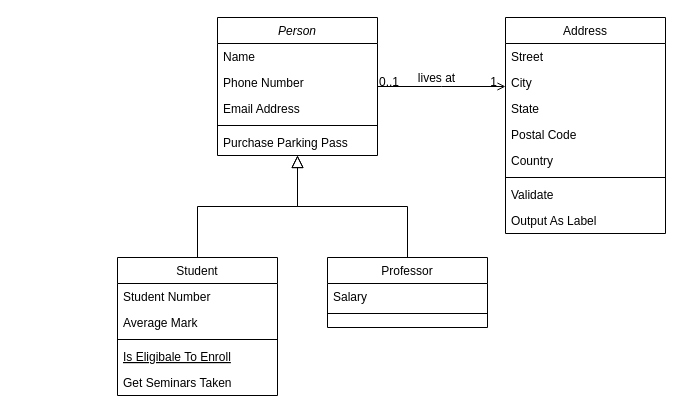
Earlier version of the draw.io diagram ExerciseClassDiagram.drawio (njmihakim/Week2ClassDiagram). Source tidied: cells renumbered, new cells numbered last; positions are measured from the earlier drawing's top-left corner, leaving out a move shared by most shapes. Both pictures are drawn from the tidied source at 100%, with x=0, y=0 at pixel (117, 17).
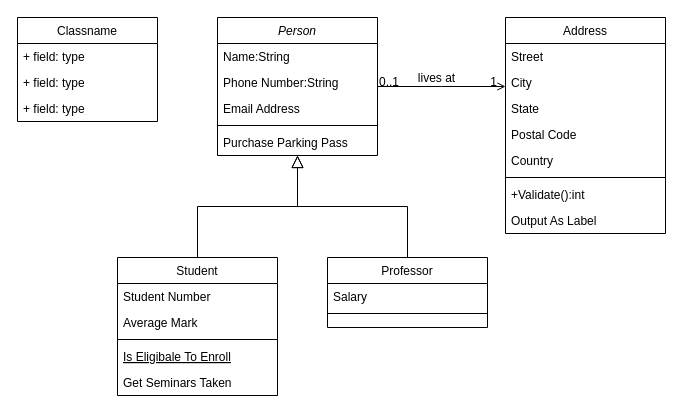
Above is the later version.

The change refers to these unchanged cells:
```xml
<mxCell id="2" value="Person" style="swimlane;fontStyle=2;align=center;verticalAlign=top;horizontal=1;startSize=26;rounded=0;shadow=0;strokeWidth=1;" parent="1" vertex="1">
  <mxGeometry x="100" width="160" height="138" as="geometry" />
</mxCell>
<mxCell id="19" value="Address" style="swimlane;fontStyle=0;align=center;verticalAlign=top;horizontal=1;startSize=26;rounded=0;shadow=0;strokeWidth=1;" parent="1" vertex="1">
  <mxGeometry x="388" width="160" height="216" as="geometry" />
</mxCell>
```

Change to the diagram source:
```diff
@@
-    <mxCell id="3" value="Name" style="text;align=left;verticalAlign=top;spacingLeft=4;spacingRight=4;overflow=hidden;" parent="2" vertex="1">
+    <mxCell id="3" value="Name:String" style="text;align=left;verticalAlign=top;spacingLeft=4;spacingRight=4;overflow=hidden;" parent="2" vertex="1">
       <mxGeometry y="26" width="160" height="26" as="geometry" />
     </mxCell>
-    <mxCell id="4" value="Phone Number" style="text;align=left;verticalAlign=top;spacingLeft=4;spacingRight=4;overflow=hidden;rounded=0;shadow=0;html=0;" parent="2" vertex="1">
+    <mxCell id="4" value="Phone Number:String" style="text;align=left;verticalAlign=top;spacingLeft=4;spacingRight=4;overflow=hidden;rounded=0;shadow=0;html=0;" parent="2" vertex="1">
       <mxGeometry y="52" width="160" height="26" as="geometry" />
     </mxCell>
@@
-    <mxCell id="26" value="Validate" style="text;align=left;verticalAlign=top;spacingLeft=4;spacingRight=4;overflow=hidden;" parent="19" vertex="1">
+    <mxCell id="26" value="+Validate():int" style="text;align=left;verticalAlign=top;spacingLeft=4;spacingRight=4;overflow=hidden;" parent="19" vertex="1">
       <mxGeometry y="164" width="160" height="26" as="geometry" />
     </mxCell>
@@
+    <mxCell id="32" value="Classname" style="swimlane;fontStyle=0;horizontal=1;startSize=26;fillColor=none;" parent="1" vertex="1">
+      <mxGeometry x="-100" width="140" height="104" as="geometry" />
+    </mxCell>
+    <mxCell id="33" value="+ field: type" style="text;strokeColor=none;fillColor=none;align=left;verticalAlign=top;spacingLeft=4;spacingRight=4;overflow=hidden;" parent="32" vertex="1">
+      <mxGeometry y="26" width="140" height="26" as="geometry" />
+    </mxCell>
+    <mxCell id="34" value="+ field: type" style="text;strokeColor=none;fillColor=none;align=left;verticalAlign=top;spacingLeft=4;spacingRight=4;overflow=hidden;" parent="32" vertex="1">
+      <mxGeometry y="52" width="140" height="26" as="geometry" />
+    </mxCell>
+    <mxCell id="35" value="+ field: type" style="text;strokeColor=none;fillColor=none;align=left;verticalAlign=top;spacingLeft=4;spacingRight=4;overflow=hidden;" parent="32" vertex="1">
+      <mxGeometry y="78" width="140" height="26" as="geometry" />
+    </mxCell>
```
